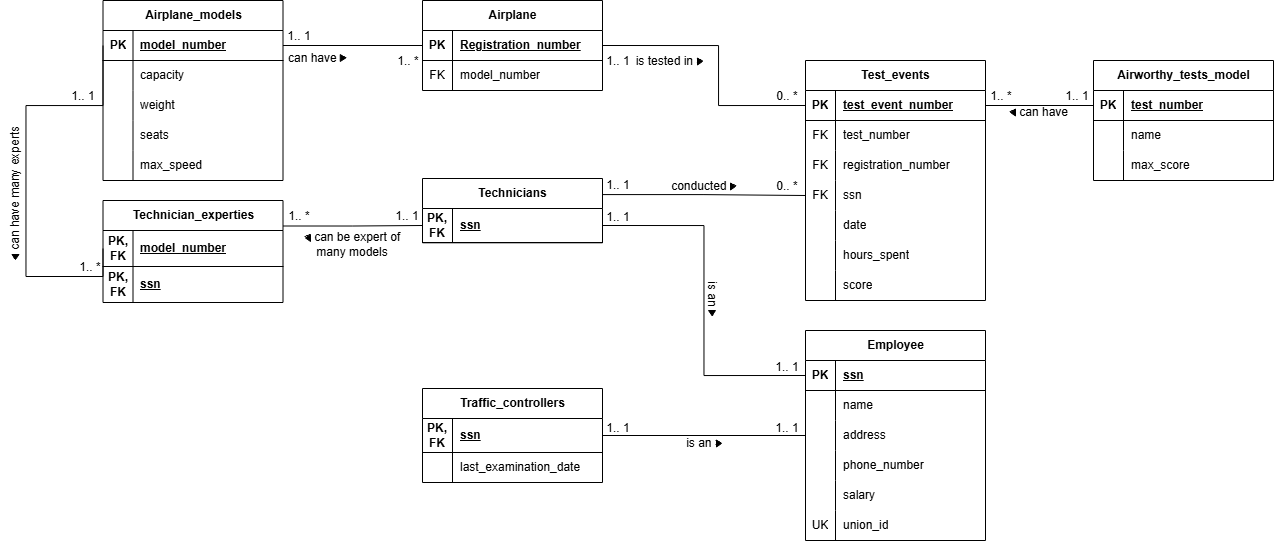
Above: 2. Airport Database System/40841063_HLUM HTET AUNG Part 2 - Database/Fixed Airport ERD.png in hlumhtetaung/projects (draw.io), before the change. Source tidied: cells renumbered, new cells last; positions are measured from the earlier drawing's top-left corner, leaving out a move shared by most shapes.
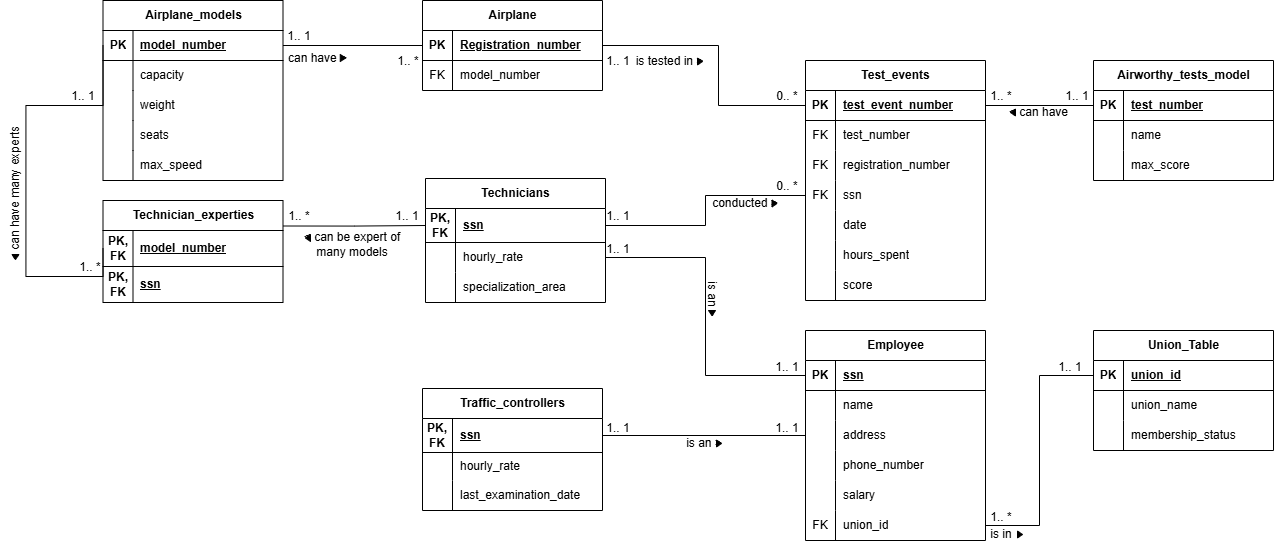
Later version of the same file.

Commit message:
Airport database part 2 update

Diff of the diagram source:
```diff
@@ -182,7 +182,7 @@
       <mxGeometry x="1059" y="97" width="71" height="30" as="geometry" />
     </mxCell>
     <mxCell id="60" value="conducted &amp;gt;" style="text;html=1;whiteSpace=wrap;strokeColor=none;fillColor=none;align=center;verticalAlign=middle;rounded=0;rotation=0;" parent="1" vertex="1">
-      <mxGeometry x="722.5" y="171" width="74" height="30" as="geometry" />
+      <mxGeometry x="764" y="188" width="74" height="30" as="geometry" />
     </mxCell>
     <mxCell id="61" style="edgeStyle=orthogonalEdgeStyle;rounded=0;jettySize=auto;html=1;exitX=1;exitY=0.25;exitDx=0;exitDy=0;entryX=0;entryY=0.5;entryDx=0;entryDy=0;endArrow=none;endFill=0;" parent="1" edge="1" source="62" target="73">
       <mxGeometry relative="1" as="geometry" />
@@ -214,21 +214,6 @@
     <mxCell id="70" value="&amp;lt; can have many experts" style="text;html=1;whiteSpace=wrap;strokeColor=none;fillColor=none;align=center;verticalAlign=middle;rounded=0;rotation=-90;" parent="1" vertex="1">
       <mxGeometry y="178" width="142" height="30" as="geometry" />
     </mxCell>
-    <mxCell id="71" style="edgeStyle=orthogonalEdgeStyle;rounded=0;jettySize=auto;html=1;exitX=1;exitY=0.25;exitDx=0;exitDy=0;entryX=0;entryY=0.5;entryDx=0;entryDy=0;endArrow=none;endFill=0;" parent="1" edge="1" source="72" target="46">
-      <mxGeometry relative="1" as="geometry" />
-    </mxCell>
-    <mxCell id="72" value="Technicians" style="shape=table;startSize=30;rowLines=0;fontStyle=1;align=center;html=1;" parent="1" vertex="1">
-      <mxGeometry x="478" y="178" width="180" height="64.3" as="geometry" />
-    </mxCell>
-    <mxCell id="73" style="shape=tableRow;horizontal=0;startSize=0;swimlaneHead=0;swimlaneBody=0;fillColor=none;points=[[0,0.5],[1,0.5]];portConstraint=eastwest;top=0;left=0;right=0;bottom=1;" parent="72" vertex="1">
-      <mxGeometry y="30" width="180" height="34" as="geometry" />
-    </mxCell>
-    <mxCell id="74" value="PK, FK" style="shape=partialRectangle;fillColor=none;top=0;left=0;bottom=0;right=0;fontStyle=1;overflow=hidden;whiteSpace=wrap;html=1;" parent="73" vertex="1">
-      <mxGeometry width="30" height="34" as="geometry" />
-    </mxCell>
-    <mxCell id="75" value="ssn" style="shape=partialRectangle;fillColor=none;top=0;left=0;bottom=0;right=0;align=left;spacingLeft=6;fontStyle=5;overflow=hidden;whiteSpace=wrap;html=1;" parent="73" vertex="1">
-      <mxGeometry x="30" width="150" height="34" as="geometry" />
-    </mxCell>
     <mxCell id="76" value="Employee" style="shape=table;startSize=30;rowLines=0;fontStyle=1;align=center;html=1;" parent="1" vertex="1">
       <mxGeometry x="861" y="330" width="180" height="210" as="geometry" />
     </mxCell>
@@ -280,7 +265,7 @@
     <mxCell id="92" style="shape=tableRow;horizontal=0;startSize=0;swimlaneHead=0;swimlaneBody=0;fillColor=none;points=[[0,0.5],[1,0.5]];portConstraint=eastwest;top=0;left=0;right=0;bottom=0;" parent="76" vertex="1">
       <mxGeometry y="180" width="180" height="30" as="geometry" />
     </mxCell>
-    <mxCell id="93" value="UK" style="shape=partialRectangle;fillColor=none;top=0;left=0;bottom=0;right=0;overflow=hidden;whiteSpace=wrap;html=1;" parent="92" vertex="1">
+    <mxCell id="93" value="FK" style="shape=partialRectangle;fillColor=none;top=0;left=0;bottom=0;right=0;overflow=hidden;whiteSpace=wrap;html=1;" parent="92" vertex="1">
       <mxGeometry width="30" height="30" as="geometry" />
     </mxCell>
     <mxCell id="94" value="union_id" style="shape=partialRectangle;fillColor=none;top=0;left=0;bottom=0;right=0;align=left;spacingLeft=6;overflow=hidden;whiteSpace=wrap;html=1;" parent="92" vertex="1">
@@ -293,7 +278,7 @@
       <mxGeometry x="724.5" y="428" width="70" height="30" as="geometry" />
     </mxCell>
     <mxCell id="97" value="Traffic_controllers" style="shape=table;startSize=30;rowLines=0;fontStyle=1;align=center;html=1;" parent="1" vertex="1">
-      <mxGeometry x="478" y="388" width="180" height="94" as="geometry" />
+      <mxGeometry x="478" y="388" width="180" height="122" as="geometry" />
     </mxCell>
     <mxCell id="98" style="shape=tableRow;horizontal=0;startSize=0;swimlaneHead=0;swimlaneBody=0;fillColor=none;points=[[0,0.5],[1,0.5]];portConstraint=eastwest;top=0;left=0;right=0;bottom=1;" parent="97" vertex="1">
       <mxGeometry y="30" width="180" height="34" as="geometry" />
@@ -304,8 +289,17 @@
     <mxCell id="100" value="ssn" style="shape=partialRectangle;fillColor=none;top=0;left=0;bottom=0;right=0;align=left;spacingLeft=6;fontStyle=5;overflow=hidden;whiteSpace=wrap;html=1;" parent="98" vertex="1">
       <mxGeometry x="30" width="150" height="34" as="geometry" />
     </mxCell>
+    <mxCell id="134" style="shape=tableRow;horizontal=0;startSize=0;swimlaneHead=0;swimlaneBody=0;fillColor=none;top=0;left=0;right=0;bottom=0;" parent="97" vertex="1">
+      <mxGeometry y="64" width="180" height="28" as="geometry" />
+    </mxCell>
+    <mxCell id="135" style="shape=partialRectangle;fillColor=none;top=0;left=0;bottom=0;right=0;overflow=hidden;whiteSpace=wrap;html=1;" parent="134" vertex="1">
+      <mxGeometry width="30" height="28" as="geometry" />
+    </mxCell>
+    <mxCell id="136" value="hourly_rate" style="shape=partialRectangle;fillColor=none;top=0;left=0;bottom=0;right=0;align=left;spacingLeft=6;overflow=hidden;whiteSpace=wrap;html=1;" parent="134" vertex="1">
+      <mxGeometry x="30" width="150" height="28" as="geometry" />
+    </mxCell>
     <mxCell id="101" style="shape=tableRow;horizontal=0;startSize=0;swimlaneHead=0;swimlaneBody=0;fillColor=none;top=0;left=0;right=0;bottom=0;" parent="97" vertex="1">
-      <mxGeometry y="64" width="180" height="30" as="geometry" />
+      <mxGeometry y="92" width="180" height="30" as="geometry" />
     </mxCell>
     <mxCell id="102" style="shape=partialRectangle;fillColor=none;top=0;left=0;bottom=0;right=0;overflow=hidden;whiteSpace=wrap;html=1;" parent="101" vertex="1">
       <mxGeometry width="30" height="30" as="geometry" />
@@ -341,7 +335,7 @@
       <mxGeometry x="1027" y="81" width="60" height="30" as="geometry" />
     </mxCell>
     <mxCell id="113" value="1.. 1" style="text;html=1;whiteSpace=wrap;strokeColor=none;fillColor=none;align=center;verticalAlign=middle;rounded=0;" parent="1" vertex="1">
-      <mxGeometry x="644" y="170" width="60" height="30" as="geometry" />
+      <mxGeometry x="644" y="201" width="60" height="30" as="geometry" />
     </mxCell>
     <mxCell id="114" value="0.. *" style="text;html=1;whiteSpace=wrap;strokeColor=none;fillColor=none;align=center;verticalAlign=middle;rounded=0;" parent="1" vertex="1">
       <mxGeometry x="813" y="171" width="60" height="30" as="geometry" />
@@ -366,11 +360,11 @@
     <mxCell id="119" value="1.. *" style="text;html=1;whiteSpace=wrap;strokeColor=none;fillColor=none;align=center;verticalAlign=middle;rounded=0;" parent="1" vertex="1">
       <mxGeometry x="324.5" y="201" width="60" height="30" as="geometry" />
     </mxCell>
-    <mxCell id="120" style="edgeStyle=orthogonalEdgeStyle;rounded=0;jettySize=auto;html=1;exitX=0;exitY=0.5;exitDx=0;exitDy=0;entryX=1;entryY=0.5;entryDx=0;entryDy=0;endArrow=none;endFill=0;" parent="1" edge="1" source="77" target="73">
+    <mxCell id="120" style="edgeStyle=orthogonalEdgeStyle;rounded=0;jettySize=auto;html=1;exitX=0;exitY=0.5;exitDx=0;exitDy=0;entryX=1;entryY=0.5;entryDx=0;entryDy=0;endArrow=none;endFill=0;" parent="1" edge="1" source="77" target="152">
       <mxGeometry relative="1" as="geometry" />
     </mxCell>
     <mxCell id="121" value="1.. 1" style="text;html=1;whiteSpace=wrap;strokeColor=none;fillColor=none;align=center;verticalAlign=middle;rounded=0;" parent="1" vertex="1">
-      <mxGeometry x="644" y="202" width="60" height="30" as="geometry" />
+      <mxGeometry x="644" y="234" width="60" height="30" as="geometry" />
     </mxCell>
     <mxCell id="122" value="1.. 1" style="text;html=1;whiteSpace=wrap;strokeColor=none;fillColor=none;align=center;verticalAlign=middle;rounded=0;" parent="1" vertex="1">
       <mxGeometry x="813" y="352" width="60" height="30" as="geometry" />
@@ -400,7 +394,7 @@
       <mxGeometry x="360" y="235" width="7" height="5" as="geometry" />
     </mxCell>
     <mxCell id="131" style="verticalLabelPosition=bottom;verticalAlign=top;html=1;shape=mxgraph.basic.acute_triangle;dx=0.5;fillColor=#000000;rotation=90;" parent="1" vertex="1">
-      <mxGeometry x="785" y="183.5" width="7" height="5" as="geometry" />
+      <mxGeometry x="826.5" y="200.5" width="7" height="5" as="geometry" />
     </mxCell>
     <mxCell id="132" style="verticalLabelPosition=bottom;verticalAlign=top;html=1;shape=mxgraph.basic.acute_triangle;dx=0.5;fillColor=#000000;rotation=90;" parent="1" vertex="1">
       <mxGeometry x="771" y="440.5" width="7" height="5" as="geometry" />
@@ -408,5 +402,83 @@
     <mxCell id="133" style="verticalLabelPosition=bottom;verticalAlign=top;html=1;shape=mxgraph.basic.acute_triangle;dx=0.5;fillColor=#000000;rotation=-180;" parent="1" vertex="1">
       <mxGeometry x="764" y="310" width="7" height="5" as="geometry" />
     </mxCell>
+    <mxCell id="137" value="Union_Table" style="shape=table;startSize=30;rowLines=0;fontStyle=1;align=center;html=1;" parent="1" vertex="1">
+      <mxGeometry x="1149" y="330" width="180" height="120" as="geometry" />
+    </mxCell>
+    <mxCell id="138" style="shape=tableRow;horizontal=0;startSize=0;swimlaneHead=0;swimlaneBody=0;fillColor=none;points=[[0,0.5],[1,0.5]];portConstraint=eastwest;top=0;left=0;right=0;bottom=1;" parent="137" vertex="1">
+      <mxGeometry y="30" width="180" height="30" as="geometry" />
+    </mxCell>
+    <mxCell id="139" value="PK" style="shape=partialRectangle;fillColor=none;top=0;left=0;bottom=0;right=0;fontStyle=1;overflow=hidden;whiteSpace=wrap;html=1;" parent="138" vertex="1">
+      <mxGeometry width="30" height="30" as="geometry" />
+    </mxCell>
+    <mxCell id="140" value="union_id" style="shape=partialRectangle;fillColor=none;top=0;left=0;bottom=0;right=0;align=left;spacingLeft=6;fontStyle=5;overflow=hidden;whiteSpace=wrap;html=1;" parent="138" vertex="1">
+      <mxGeometry x="30" width="150" height="30" as="geometry" />
+    </mxCell>
+    <mxCell id="141" style="shape=tableRow;horizontal=0;startSize=0;swimlaneHead=0;swimlaneBody=0;fillColor=none;top=0;left=0;right=0;bottom=0;" parent="137" vertex="1">
+      <mxGeometry y="60" width="180" height="30" as="geometry" />
+    </mxCell>
+    <mxCell id="142" style="shape=partialRectangle;fillColor=none;top=0;left=0;bottom=0;right=0;overflow=hidden;whiteSpace=wrap;html=1;" parent="141" vertex="1">
+      <mxGeometry width="30" height="30" as="geometry" />
+    </mxCell>
+    <mxCell id="143" value="union_name" style="shape=partialRectangle;fillColor=none;top=0;left=0;bottom=0;right=0;align=left;spacingLeft=6;overflow=hidden;whiteSpace=wrap;html=1;" parent="141" vertex="1">
+      <mxGeometry x="30" width="150" height="30" as="geometry" />
+    </mxCell>
+    <mxCell id="144" style="shape=tableRow;horizontal=0;startSize=0;swimlaneHead=0;swimlaneBody=0;fillColor=none;top=0;left=0;right=0;bottom=0;" parent="137" vertex="1">
+      <mxGeometry y="90" width="180" height="30" as="geometry" />
+    </mxCell>
+    <mxCell id="145" style="shape=partialRectangle;fillColor=none;top=0;left=0;bottom=0;right=0;overflow=hidden;whiteSpace=wrap;html=1;" parent="144" vertex="1">
+      <mxGeometry width="30" height="30" as="geometry" />
+    </mxCell>
+    <mxCell id="146" value="membership_status" style="shape=partialRectangle;fillColor=none;top=0;left=0;bottom=0;right=0;align=left;spacingLeft=6;overflow=hidden;whiteSpace=wrap;html=1;" parent="144" vertex="1">
+      <mxGeometry x="30" width="150" height="30" as="geometry" />
+    </mxCell>
+    <mxCell id="147" style="edgeStyle=orthogonalEdgeStyle;rounded=0;jettySize=auto;html=1;exitX=1;exitY=0.5;exitDx=0;exitDy=0;entryX=0;entryY=0.5;entryDx=0;entryDy=0;endArrow=none;endFill=0;" parent="1" edge="1" source="92" target="138">
+      <mxGeometry relative="1" as="geometry" />
+    </mxCell>
+    <mxCell id="148" value="is in" style="text;html=1;whiteSpace=wrap;strokeColor=none;fillColor=none;align=center;verticalAlign=middle;rounded=0;rotation=0;" parent="1" vertex="1">
+      <mxGeometry x="1022" y="519" width="70" height="30" as="geometry" />
+    </mxCell>
+    <mxCell id="149" style="verticalLabelPosition=bottom;verticalAlign=top;html=1;shape=mxgraph.basic.acute_triangle;dx=0.5;fillColor=#000000;rotation=90;" parent="1" vertex="1">
+      <mxGeometry x="1072" y="531.5" width="7" height="5" as="geometry" />
+    </mxCell>
+    <mxCell id="150" value="1.. 1" style="text;html=1;whiteSpace=wrap;strokeColor=none;fillColor=none;align=center;verticalAlign=middle;rounded=0;" parent="1" vertex="1">
+      <mxGeometry x="1096" y="352" width="60" height="30" as="geometry" />
+    </mxCell>
+    <mxCell id="151" value="1.. *" style="text;html=1;whiteSpace=wrap;strokeColor=none;fillColor=none;align=center;verticalAlign=middle;rounded=0;" parent="1" vertex="1">
+      <mxGeometry x="1027" y="501.5" width="60" height="30" as="geometry" />
+    </mxCell>
+    <mxCell id="72" value="Technicians" style="shape=table;startSize=30;rowLines=0;fontStyle=1;align=center;html=1;" parent="1" vertex="1">
+      <mxGeometry x="481" y="178" width="180" height="124" as="geometry" />
+    </mxCell>
+    <mxCell id="73" style="shape=tableRow;horizontal=0;startSize=0;swimlaneHead=0;swimlaneBody=0;fillColor=none;points=[[0,0.5],[1,0.5]];portConstraint=eastwest;top=0;left=0;right=0;bottom=1;" parent="72" vertex="1">
+      <mxGeometry y="30" width="180" height="34" as="geometry" />
+    </mxCell>
+    <mxCell id="74" value="PK, FK" style="shape=partialRectangle;fillColor=none;top=0;left=0;bottom=0;right=0;fontStyle=1;overflow=hidden;whiteSpace=wrap;html=1;" parent="73" vertex="1">
+      <mxGeometry width="30" height="34" as="geometry" />
+    </mxCell>
+    <mxCell id="75" value="ssn" style="shape=partialRectangle;fillColor=none;top=0;left=0;bottom=0;right=0;align=left;spacingLeft=6;fontStyle=5;overflow=hidden;whiteSpace=wrap;html=1;" parent="73" vertex="1">
+      <mxGeometry x="30" width="150" height="34" as="geometry" />
+    </mxCell>
+    <mxCell id="152" style="shape=tableRow;horizontal=0;startSize=0;swimlaneHead=0;swimlaneBody=0;fillColor=none;points=[[0,0.5],[1,0.5]];portConstraint=eastwest;top=0;left=0;right=0;bottom=0;" parent="72" vertex="1">
+      <mxGeometry y="64" width="180" height="30" as="geometry" />
+    </mxCell>
+    <mxCell id="153" style="shape=partialRectangle;fillColor=none;top=0;left=0;bottom=0;right=0;overflow=hidden;whiteSpace=wrap;html=1;" parent="152" vertex="1">
+      <mxGeometry width="30" height="30" as="geometry" />
+    </mxCell>
+    <mxCell id="154" value="hourly_rate" style="shape=partialRectangle;fillColor=none;top=0;left=0;bottom=0;right=0;align=left;spacingLeft=6;overflow=hidden;whiteSpace=wrap;html=1;" parent="152" vertex="1">
+      <mxGeometry x="30" width="150" height="30" as="geometry" />
+    </mxCell>
+    <mxCell id="155" style="shape=tableRow;horizontal=0;startSize=0;swimlaneHead=0;swimlaneBody=0;fillColor=none;top=0;left=0;right=0;bottom=0;" parent="72" vertex="1">
+      <mxGeometry y="94" width="180" height="30" as="geometry" />
+    </mxCell>
+    <mxCell id="156" style="shape=partialRectangle;fillColor=none;top=0;left=0;bottom=0;right=0;overflow=hidden;whiteSpace=wrap;html=1;" parent="155" vertex="1">
+      <mxGeometry width="30" height="30" as="geometry" />
+    </mxCell>
+    <mxCell id="157" value="specialization_area" style="shape=partialRectangle;fillColor=none;top=0;left=0;bottom=0;right=0;align=left;spacingLeft=6;overflow=hidden;whiteSpace=wrap;html=1;" parent="155" vertex="1">
+      <mxGeometry x="30" width="150" height="30" as="geometry" />
+    </mxCell>
+    <mxCell id="158" style="edgeStyle=orthogonalEdgeStyle;rounded=0;jettySize=auto;html=1;exitX=1;exitY=0.5;exitDx=0;exitDy=0;entryX=0;entryY=0.5;entryDx=0;entryDy=0;endArrow=none;endFill=0;" parent="1" edge="1" source="73" target="46">
+      <mxGeometry relative="1" as="geometry" />
+    </mxCell>
   </root>
 </mxGraphModel>
```
